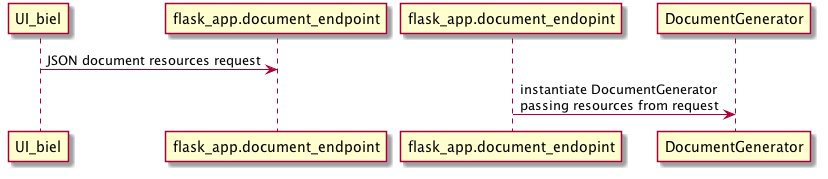
wkelly17/DOC keeps this PlantUML diagram as design_notes/wa_design_sequence_diagram1.png. Above is the earlier version.
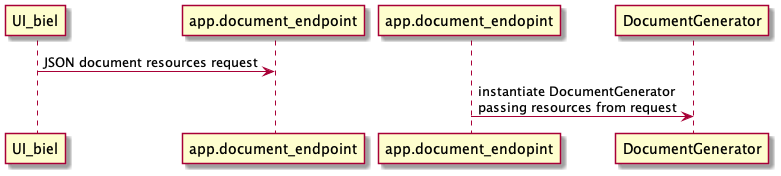
The same diagram one commit later.

Change to the diagram source:
```diff
@@ -1,4 +1,4 @@
 @startuml
-UI_biel -> flask_app.document_endpoint: JSON document resources request
-flask_app.document_endopint -> DocumentGenerator: instantiate DocumentGenerator\npassing resources from request
+UI_biel -> app.document_endpoint: JSON document resources request
+app.document_endopint -> DocumentGenerator: instantiate DocumentGenerator\npassing resources from request
 @enduml
```
